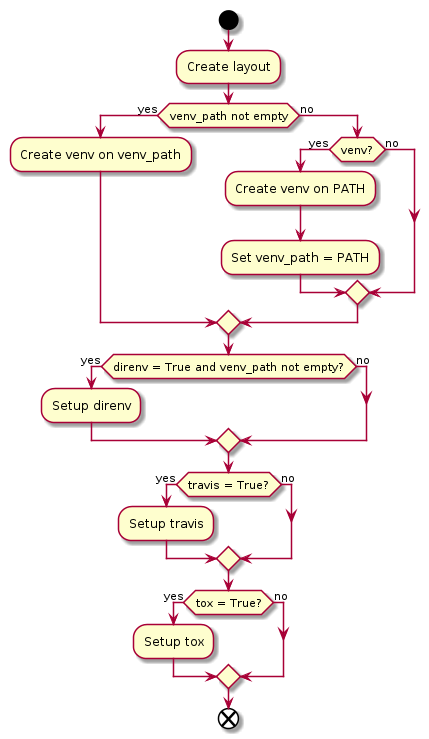
The PlantUML diagram docs/uml/project.png in constrict0r/amanita, before a commit.
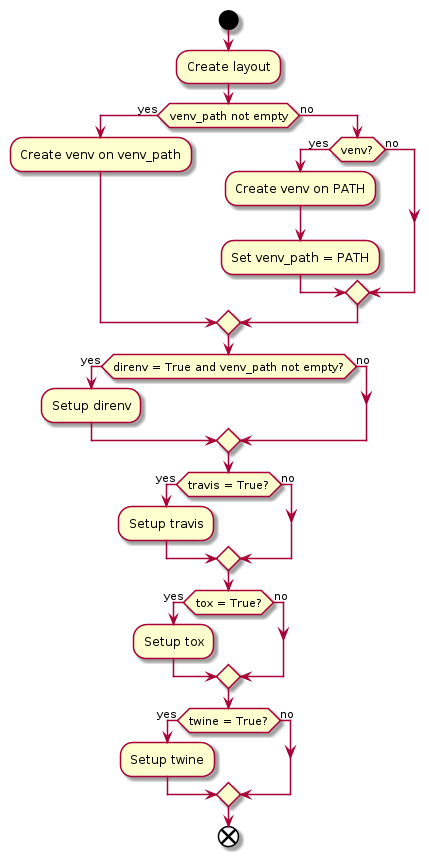
After the change.

Diff of the diagram source:
```diff
@@ -27,5 +27,10 @@
 else (no)
 endif
 
+if (twine = True?) then (yes)
+  :Setup twine;
+else (no)
+endif
+
 end
 @enduml
```
